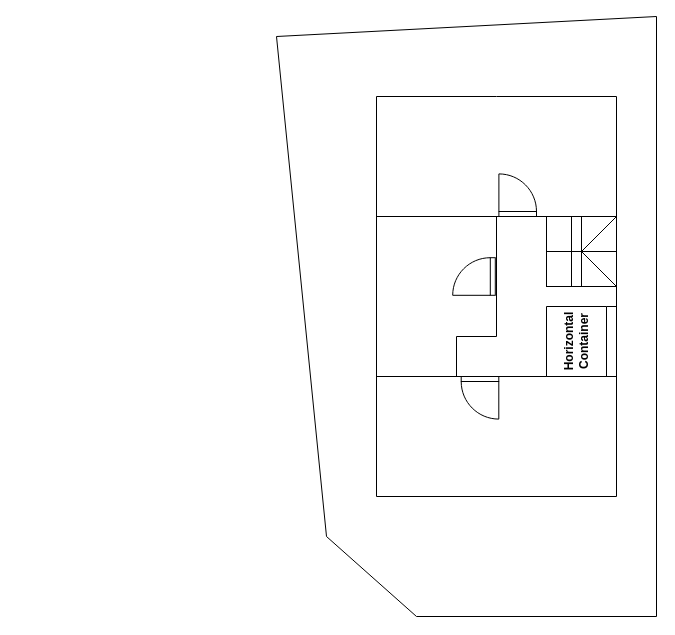
Above: gunam-plan.drawio in zikzakjack/draw.io (draw.io), before the change. Source tidied: cells renumbered, new cells numbered last; positions are measured from the earlier drawing's top-left corner, leaving out a move shared by most shapes. Both pictures are drawn from the tidied source at 100%, with x=0, y=0 at pixel (276, 16).
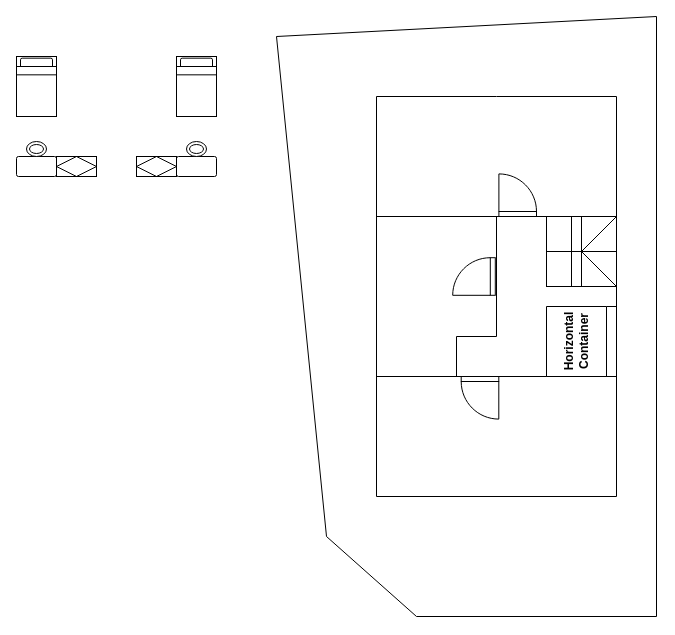
The same diagram, later.

What changed in the source:
```diff
@@
+    <mxCell id="21" style="verticalLabelPosition=bottom;html=1;verticalAlign=top;align=center;shape=mxgraph.floorplan.bed_single;" parent="1" vertex="1">
+      <mxGeometry x="-260" y="40" width="40" height="60" as="geometry" />
+    </mxCell>
+    <mxCell id="22" style="rounded=1;arcSize=10;whiteSpace=wrap;html=1;align=center;" parent="1" vertex="1">
+      <mxGeometry x="-260" y="140" width="40" height="20" as="geometry" />
+    </mxCell>
+    <mxCell id="23" style="verticalLabelPosition=bottom;html=1;verticalAlign=top;align=center;shape=mxgraph.floorplan.bed_single;" parent="1" vertex="1">
+      <mxGeometry x="-100" y="40" width="40" height="60" as="geometry" />
+    </mxCell>
+    <mxCell id="24" style="rounded=1;arcSize=10;whiteSpace=wrap;html=1;align=center;" parent="1" vertex="1">
+      <mxGeometry x="-100" y="140" width="40" height="20" as="geometry" />
+    </mxCell>
+    <mxCell id="25" style="ellipse;shape=doubleEllipse;margin=3;whiteSpace=wrap;html=1;align=center;" parent="1" vertex="1">
+      <mxGeometry x="-250" y="125" width="20" height="15" as="geometry" />
+    </mxCell>
+    <mxCell id="26" style="ellipse;shape=doubleEllipse;margin=3;whiteSpace=wrap;html=1;align=center;" parent="1" vertex="1">
+      <mxGeometry x="-90" y="125" width="20" height="15" as="geometry" />
+    </mxCell>
+    <mxCell id="27" style="shape=associativeEntity;whiteSpace=wrap;html=1;align=center;" parent="1" vertex="1">
+      <mxGeometry x="-220" y="140" width="40" height="20" as="geometry" />
+    </mxCell>
+    <mxCell id="28" style="shape=associativeEntity;whiteSpace=wrap;html=1;align=center;" parent="1" vertex="1">
+      <mxGeometry x="-140" y="140" width="40" height="20" as="geometry" />
+    </mxCell>
```
